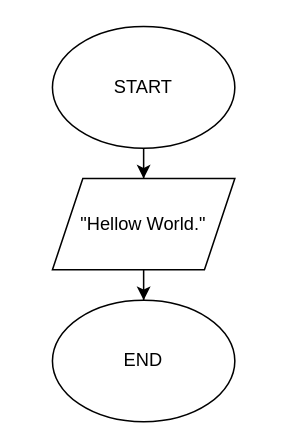
Above: HW01/HW01-1/HW01-1.drawio in bbnyk/ENGCE117 (draw.io), before the change. Source tidied: cells renumbered, new cells numbered last; positions are measured from the earlier drawing's top-left corner, leaving out a move shared by most shapes. Both pictures are drawn from the tidied source at 152%, with x=0, y=0 at pixel (52, 26).
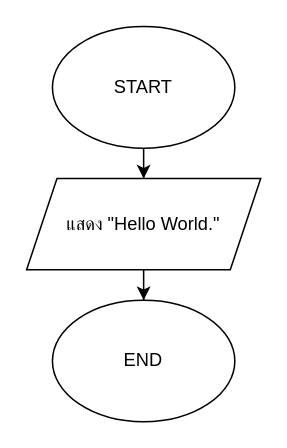
After the change.

Change to the diagram source:
```diff
@@
 <mxGraphModel>
   <root>
     <mxCell id="0" />
     <mxCell id="1" parent="0" />
     <mxCell id="2" style="edgeStyle=orthogonalEdgeStyle;rounded=0;jettySize=auto;html=1;" parent="1" edge="1" source="3" target="5">
       <mxGeometry relative="1" as="geometry" />
     </mxCell>
     <mxCell id="3" value="START" style="ellipse;whiteSpace=wrap;html=1;" parent="1" vertex="1">
       <mxGeometry width="120" height="80" as="geometry" />
     </mxCell>
     <mxCell id="4" style="edgeStyle=orthogonalEdgeStyle;rounded=0;jettySize=auto;html=1;" parent="1" edge="1" source="5" target="6">
       <mxGeometry relative="1" as="geometry" />
     </mxCell>
-    <mxCell id="5" value="&quot;Hellow World.&quot;" style="shape=parallelogram;perimeter=parallelogramPerimeter;whiteSpace=wrap;html=1;fixedSize=1;" parent="1" vertex="1">
-      <mxGeometry y="100" width="120" height="60" as="geometry" />
+    <mxCell id="5" value="แสดง &quot;Hello World.&quot;" style="shape=parallelogram;perimeter=parallelogramPerimeter;whiteSpace=wrap;html=1;fixedSize=1;" parent="1" vertex="1">
+      <mxGeometry x="-17" y="100" width="154" height="60" as="geometry" />
     </mxCell>
     <mxCell id="6" value="END" style="ellipse;whiteSpace=wrap;html=1;" parent="1" vertex="1">
       <mxGeometry y="180" width="120" height="80" as="geometry" />
     </mxCell>
   </root>
 </mxGraphModel>
```
